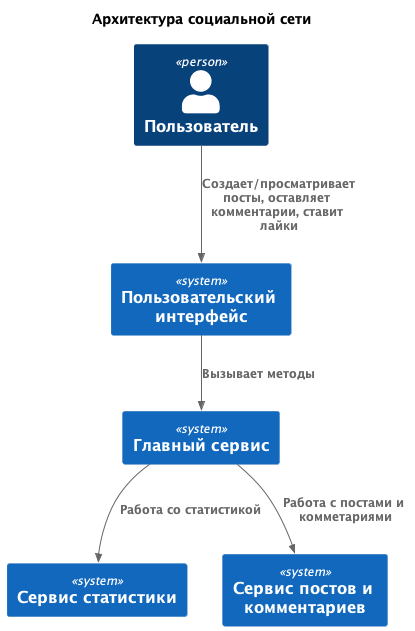
Earlier version of the PlantUML export doc/c4-diagrams/c4-context.png (randnull/service-oriented-designs-Kirill-Goryunov). Source of this version:
```plantuml
@startuml C4_context
!include https://raw.githubusercontent.com/plantuml-stdlib/C4-PlantUML/master/C4_Container.puml


title Архитектура социальной сети

Person(User, "Пользователь")

System(interface, "Пользовательский интерфейс")

System(main_service, "Главный сервис")
System(statistic_service, "Сервис статистики")
System(post_service, "Сервис постов и комментариев")

Rel(User, interface, "Создает/просматривает посты, оставляет комментарии, ставит лайки")
Rel(interface, main_service, "Вызывает методы")
Rel(main_service, statistic_service, "Работа со статистикой")
Rel(main_service, post_service, "Работа с постами и комметариями")
@enduml
```
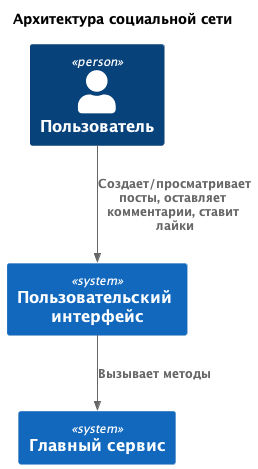
The same file after the commit.

Change to the diagram source:
```diff
@@ -9,11 +9,7 @@
 System(interface, "Пользовательский интерфейс")
 
 System(main_service, "Главный сервис")
-System(statistic_service, "Сервис статистики")
-System(post_service, "Сервис постов и комментариев")
 
 Rel(User, interface, "Создает/просматривает посты, оставляет комментарии, ставит лайки")
 Rel(interface, main_service, "Вызывает методы")
-Rel(main_service, statistic_service, "Работа со статистикой")
-Rel(main_service, post_service, "Работа с постами и комметариями")
 @enduml
```
